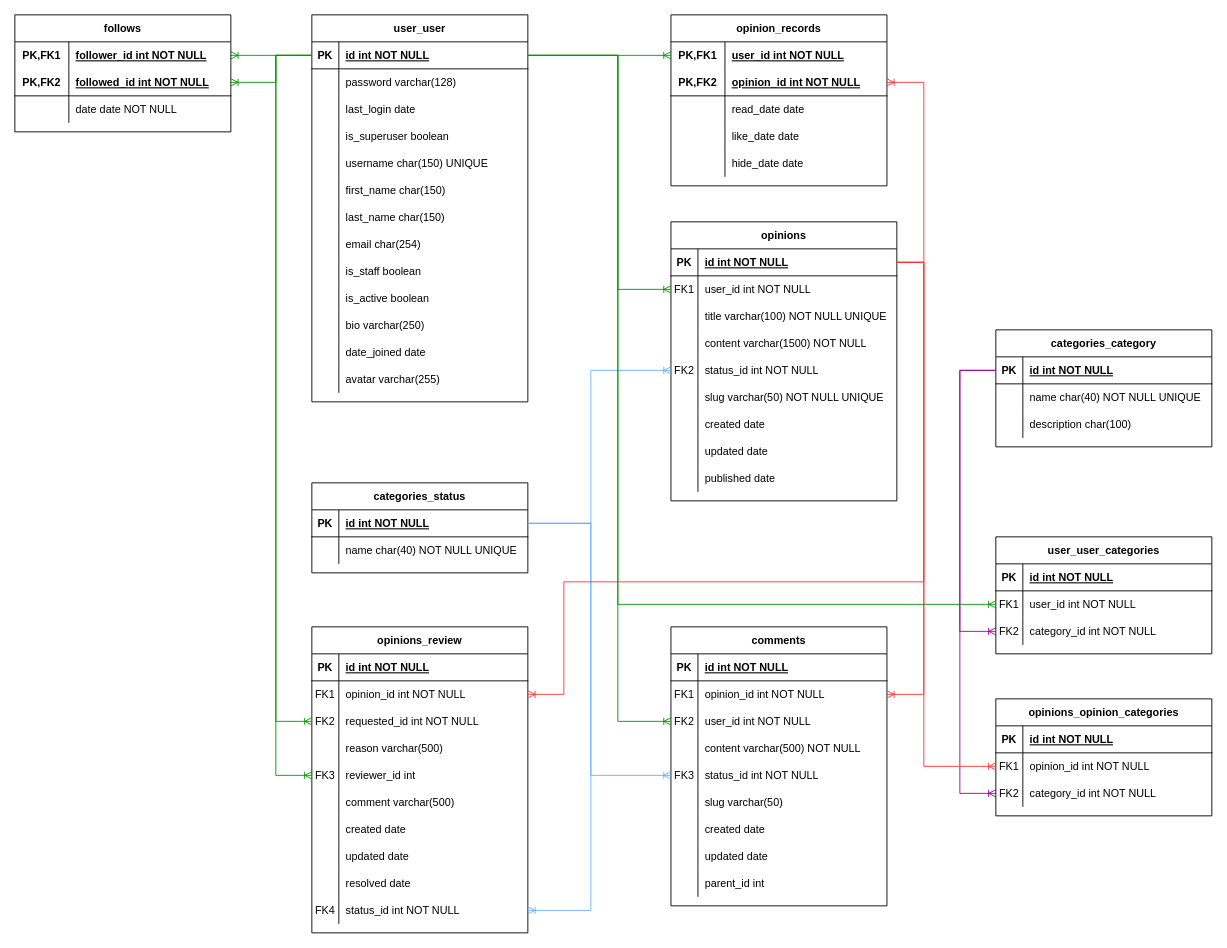
Before: page "database-schema" (1 of 14) of doc/design/soapbox.drawio in ibuttimer/soapbox, a draw.io diagram. Source tidied: cells renumbered, new cells numbered last; positions are measured from the earlier drawing's top-left corner, leaving out a move shared by most shapes. Both pictures are drawn from the tidied source at 90%, with x=0, y=0 at pixel (14, 14).
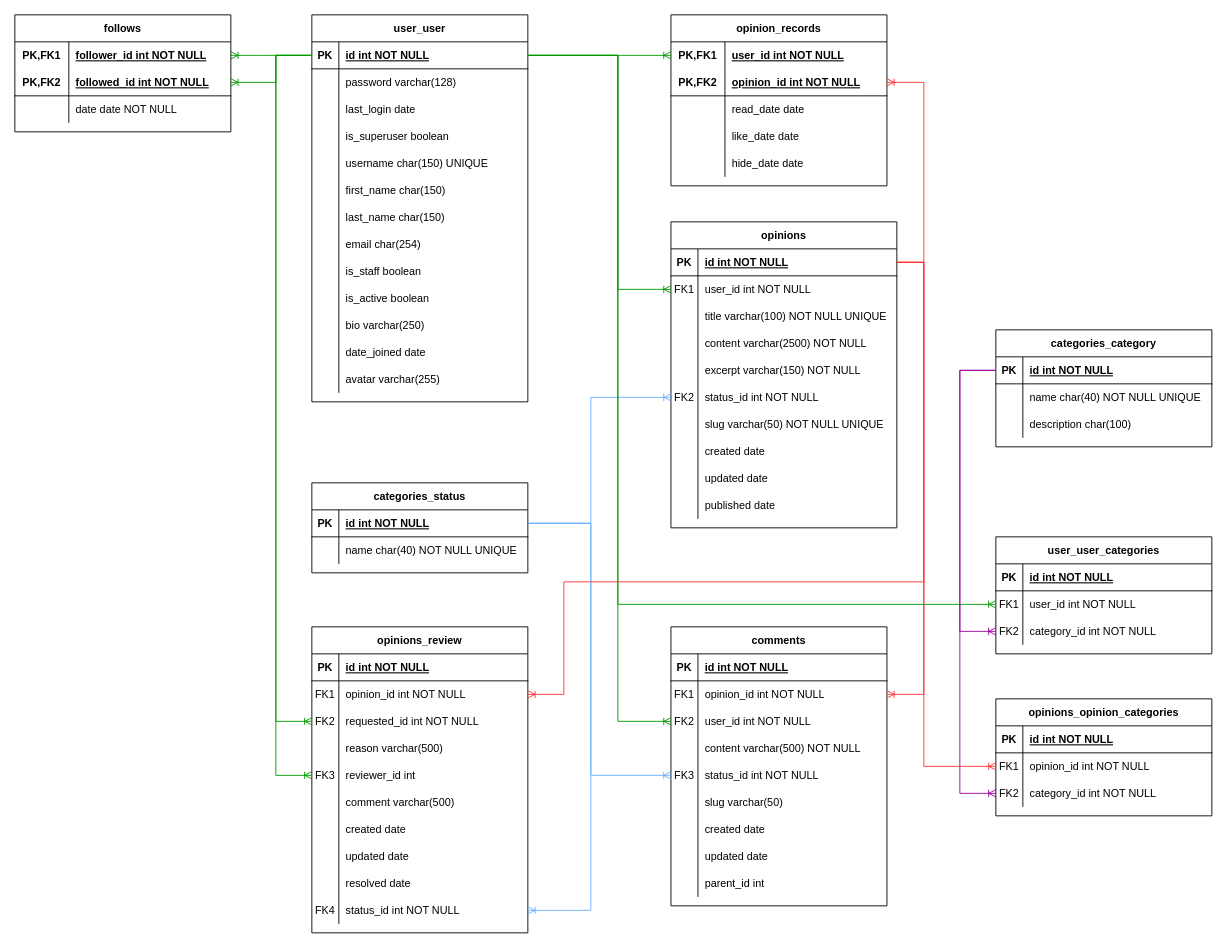
The same page after the edit.

Unchanged cells that the change refers to:
```xml
<mxCell id="12" style="shape=partialRectangle;fillColor=none;top=0;left=0;right=0;bottom=0;" parent="2" vertex="1">
  <mxGeometry y="120" width="251" height="30" as="geometry" />
</mxCell>
<mxCell id="94" style="shape=partialRectangle;fillColor=none;points=[[0,0.5],[1,0.5]];portConstraint=eastwest;top=0;left=0;right=0;bottom=1;" parent="93" vertex="1">
  <mxGeometry y="30" width="240" height="30" as="geometry" />
</mxCell>
```

Diff of the diagram source:
```diff
@@
     <mxCell id="2" value="opinions" style="shape=table;startSize=30;childLayout=tableLayout;rowLines=0;fontStyle=1;align=center;" parent="1" vertex="1">
-      <mxGeometry x="729" y="230" width="251" height="310" as="geometry" />
+      <mxGeometry x="729" y="230" width="251" height="340" as="geometry" />
     </mxCell>
@@
-    <mxCell id="14" value="content varchar(1500) NOT NULL" style="shape=partialRectangle;overflow=hidden;fillColor=none;top=0;left=0;bottom=0;right=0;align=left;spacingLeft=6;" parent="12" vertex="1">
+    <mxCell id="14" value="content varchar(2500) NOT NULL" style="shape=partialRectangle;overflow=hidden;fillColor=none;top=0;left=0;bottom=0;right=0;align=left;spacingLeft=6;" parent="12" vertex="1">
       <mxGeometry x="30" width="221" height="30" as="geometry" />
     </mxCell>
+    <mxCell id="209" style="shape=partialRectangle;fillColor=none;top=0;left=0;right=0;bottom=0;" parent="2" vertex="1">
+      <mxGeometry y="150" width="251" height="30" as="geometry" />
+    </mxCell>
+    <mxCell id="210" style="shape=partialRectangle;overflow=hidden;fillColor=none;top=0;left=0;bottom=0;right=0;" parent="209" vertex="1">
+      <mxGeometry width="30" height="30" as="geometry" />
+    </mxCell>
+    <mxCell id="211" value="excerpt varchar(150) NOT NULL" style="shape=partialRectangle;overflow=hidden;fillColor=none;top=0;left=0;bottom=0;right=0;align=left;spacingLeft=6;" parent="209" vertex="1">
+      <mxGeometry x="30" width="221" height="30" as="geometry" />
+    </mxCell>
     <mxCell id="15" style="shape=partialRectangle;fillColor=none;points=[[0,0.5],[1,0.5]];portConstraint=eastwest;top=0;left=0;right=0;bottom=0;" parent="2" vertex="1">
-      <mxGeometry y="150" width="251" height="30" as="geometry" />
+      <mxGeometry y="180" width="251" height="30" as="geometry" />
     </mxCell>
@@
     <mxCell id="18" style="shape=partialRectangle;fillColor=none;top=0;left=0;right=0;bottom=0;" parent="2" vertex="1">
-      <mxGeometry y="180" width="251" height="30" as="geometry" />
+      <mxGeometry y="210" width="251" height="30" as="geometry" />
     </mxCell>
@@
     <mxCell id="21" style="shape=partialRectangle;fillColor=none;top=0;left=0;right=0;bottom=0;" parent="2" vertex="1">
-      <mxGeometry y="210" width="251" height="30" as="geometry" />
+      <mxGeometry y="240" width="251" height="30" as="geometry" />
     </mxCell>
@@
     <mxCell id="24" style="shape=partialRectangle;fillColor=none;top=0;left=0;right=0;bottom=0;" parent="2" vertex="1">
-      <mxGeometry y="240" width="251" height="30" as="geometry" />
+      <mxGeometry y="270" width="251" height="30" as="geometry" />
     </mxCell>
@@
     <mxCell id="27" style="shape=partialRectangle;fillColor=none;top=0;left=0;right=0;bottom=0;" parent="2" vertex="1">
-      <mxGeometry y="270" width="251" height="30" as="geometry" />
+      <mxGeometry y="300" width="251" height="30" as="geometry" />
     </mxCell>
@@
     <mxCell id="100" style="edgeStyle=orthogonalEdgeStyle;fontSize=12;html=1;endArrow=ERoneToMany;rounded=0;entryX=0;entryY=0.5;entryDx=0;entryDy=0;exitX=1;exitY=0.5;exitDx=0;exitDy=0;strokeColor=#66B2FF;" parent="1" edge="1" source="94" target="15">
       <mxGeometry relative="1" as="geometry">
         <Array as="points">
           <mxPoint x="640" y="565" />
-          <mxPoint x="640" y="395" />
+          <mxPoint x="640" y="425" />
         </Array>
       </mxGeometry>
     </mxCell>
```
